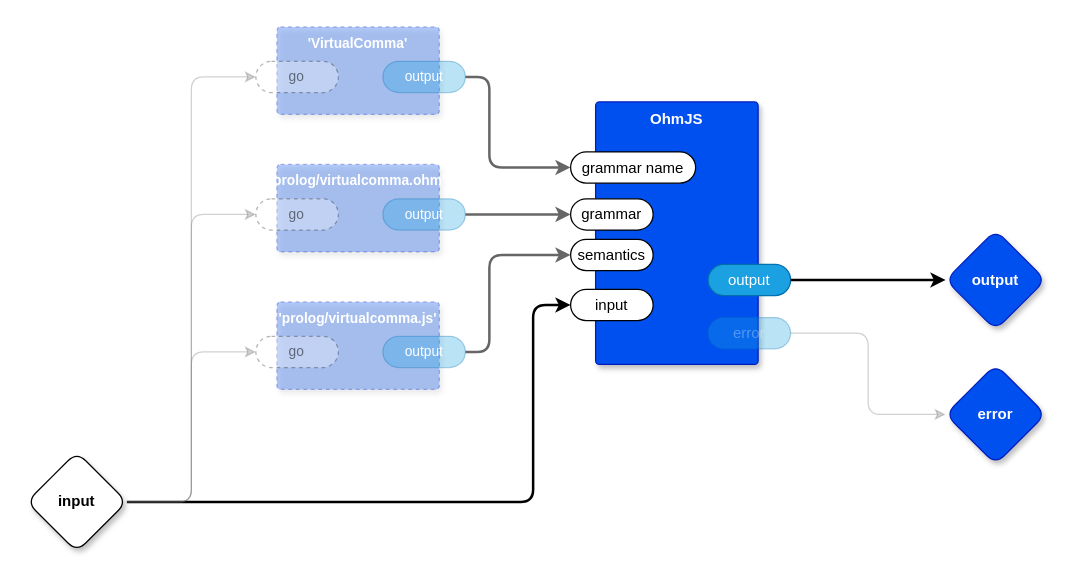
Before: page "Insert Virtual Commas" (4 of 7) of prolog/test.drawio in guitarvydas/transpiler, a draw.io diagram. Source tidied: cells renumbered, new cells numbered last; positions are measured from the earlier drawing's top-left corner, leaving out a move shared by most shapes. Both pictures are drawn from the tidied source at 125%, with x=0, y=0 at pixel (26, 26).
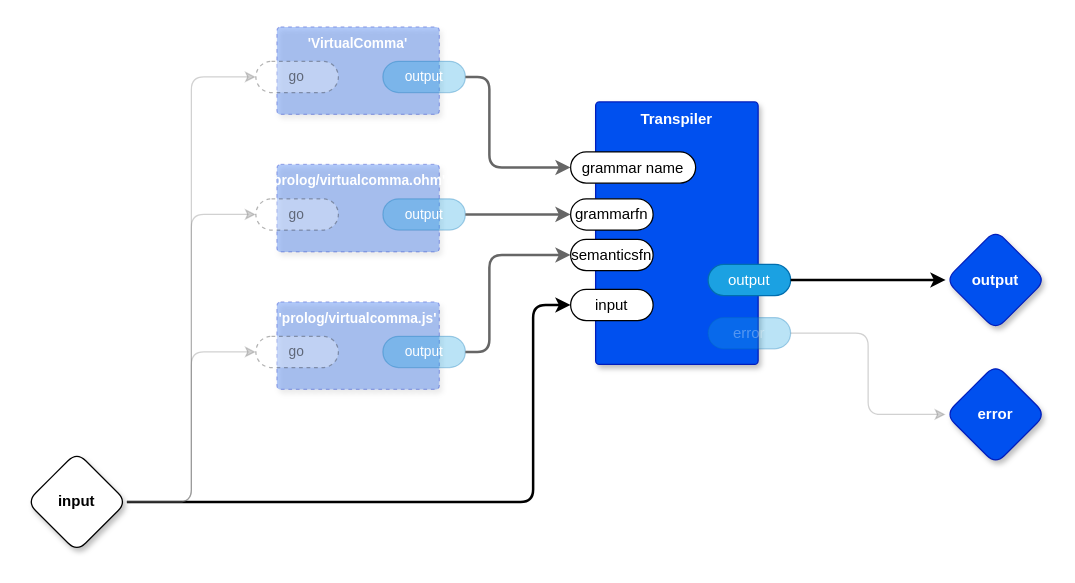
The same diagram, later.

Commit message (it also covers changes not shown here):
Transpiler, synfilewrite2, fakepipename

What changed in the source:
```diff
@@
-    <mxCell id="3" value="OhmJS" style="rounded=1;whiteSpace=wrap;html=1;sketch=0;verticalAlign=top;arcSize=6;fontStyle=1;absoluteArcSize=1;shadow=1;strokeColor=#001DBC;fillColor=#0050ef;fontColor=#ffffff;" parent="1" vertex="1">
+    <mxCell id="3" value="Transpiler" style="rounded=1;whiteSpace=wrap;html=1;sketch=0;verticalAlign=top;arcSize=6;fontStyle=1;absoluteArcSize=1;shadow=1;strokeColor=#001DBC;fillColor=#0050ef;fontColor=#ffffff;" parent="1" vertex="1">
       <mxGeometry x="455" y="60" width="130" height="210" as="geometry" />
     </mxCell>
-    <mxCell id="4" value="grammar" style="rounded=1;whiteSpace=wrap;html=1;sketch=0;points=[[0,0.5,0,0,0],[1,0.5,0,0,0]];arcSize=50;" parent="3" vertex="1">
+    <mxCell id="4" value="grammarfn" style="rounded=1;whiteSpace=wrap;html=1;sketch=0;points=[[0,0.5,0,0,0],[1,0.5,0,0,0]];arcSize=50;" parent="3" vertex="1">
       <mxGeometry x="-20" y="77.5" width="66" height="25" as="geometry" />
     </mxCell>
-    <mxCell id="5" value="semantics" style="rounded=1;whiteSpace=wrap;html=1;sketch=0;points=[[0,0.5,0,0,0],[1,0.5,0,0,0]];arcSize=50;" parent="3" vertex="1">
+    <mxCell id="5" value="semanticsfn" style="rounded=1;whiteSpace=wrap;html=1;sketch=0;points=[[0,0.5,0,0,0],[1,0.5,0,0,0]];arcSize=50;" parent="3" vertex="1">
       <mxGeometry x="-20" y="110" width="66" height="25" as="geometry" />
     </mxCell>
```
